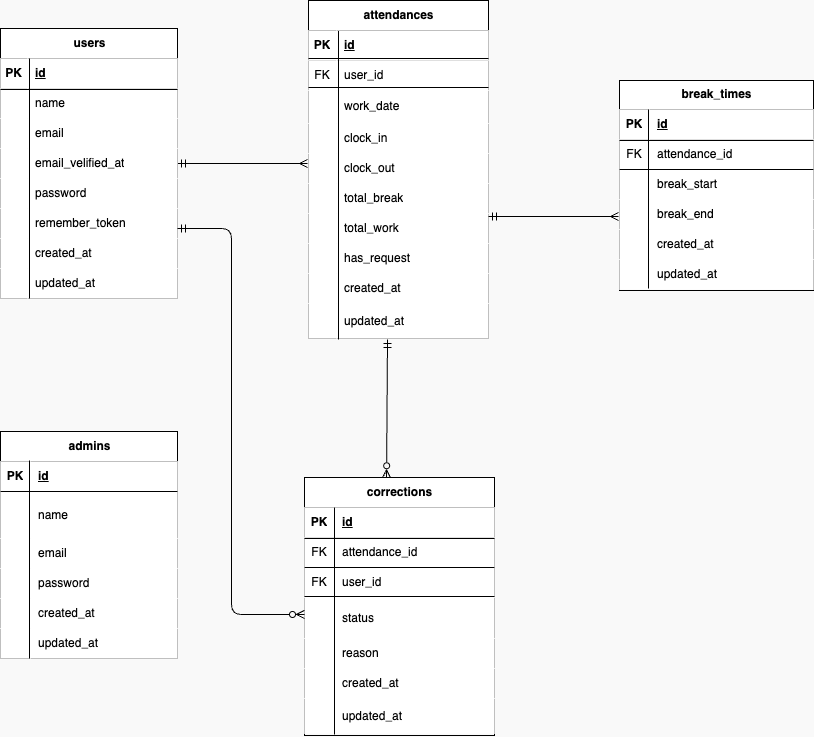
The draw.io diagram index.png in okumurachie/TimeTrack, before a commit. Source tidied: cells renumbered, new cells last; positions are measured from the earlier drawing's top-left corner, leaving out a move shared by most shapes.
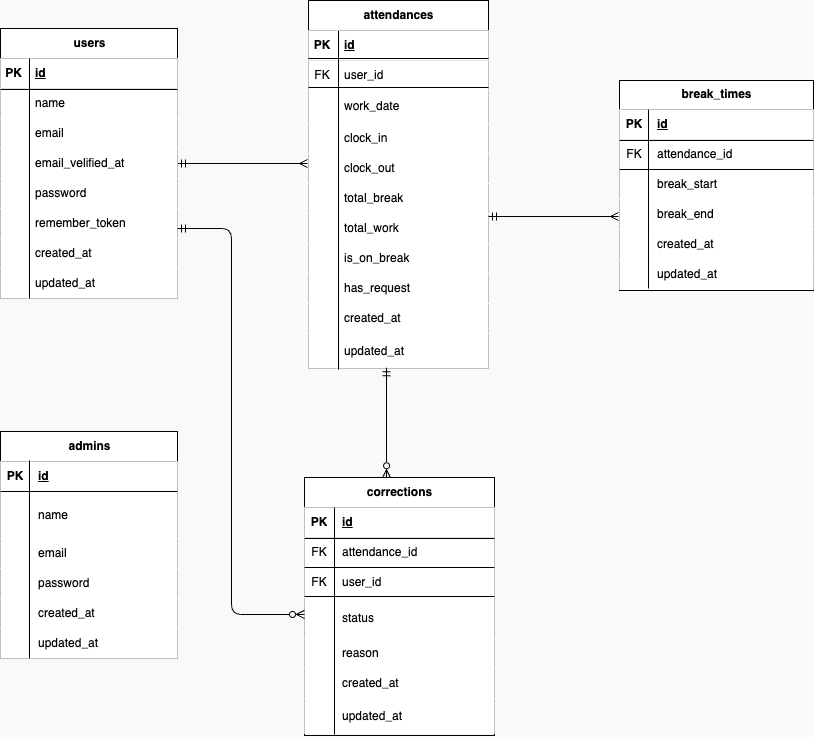
After the change.

What changed in the source:
```diff
@@ -83,7 +83,7 @@
       <mxGeometry x="27" width="150" height="30" as="geometry" />
     </mxCell>
     <mxCell id="28" value="attendances" style="shape=table;startSize=30;rowLines=0;fontStyle=1;align=center;html=1;fillColor=#FFFFFF;" parent="1" vertex="1">
-      <mxGeometry x="308" width="180" height="338" as="geometry" />
+      <mxGeometry x="308" width="180" height="368" as="geometry" />
     </mxCell>
     <mxCell id="29" style="shape=tableRow;horizontal=0;startSize=0;swimlaneHead=0;swimlaneBody=0;fillColor=#FFFFFF;top=0;left=0;right=0;bottom=1;" parent="28" vertex="1">
       <mxGeometry y="30" width="180" height="30" as="geometry" />
@@ -148,8 +148,17 @@
     <mxCell id="49" value="total_work" style="shape=partialRectangle;fillColor=#FFFFFF;top=0;left=0;bottom=0;right=0;align=left;spacingLeft=6;overflow=hidden;whiteSpace=wrap;html=1;" parent="47" vertex="1">
       <mxGeometry x="28" width="152" height="30" as="geometry" />
     </mxCell>
+    <mxCell id="136" style="shape=tableRow;horizontal=0;startSize=0;swimlaneHead=0;swimlaneBody=0;fillColor=#FFFFFF;top=0;left=0;right=0;bottom=0;" parent="28" vertex="1">
+      <mxGeometry y="243" width="180" height="30" as="geometry" />
+    </mxCell>
+    <mxCell id="137" style="shape=partialRectangle;fillColor=#FFFFFF;top=0;left=0;bottom=0;right=0;overflow=hidden;whiteSpace=wrap;html=1;" parent="136" vertex="1">
+      <mxGeometry width="28" height="30" as="geometry" />
+    </mxCell>
+    <mxCell id="138" value="is_on_break" style="shape=partialRectangle;fillColor=#FFFFFF;top=0;left=0;bottom=0;right=0;align=left;spacingLeft=6;overflow=hidden;whiteSpace=wrap;html=1;" parent="136" vertex="1">
+      <mxGeometry x="28" width="152" height="30" as="geometry" />
+    </mxCell>
     <mxCell id="50" style="shape=tableRow;horizontal=0;startSize=0;swimlaneHead=0;swimlaneBody=0;fillColor=#FFFFFF;top=0;left=0;right=0;bottom=0;" parent="28" vertex="1">
-      <mxGeometry y="243" width="180" height="30" as="geometry" />
+      <mxGeometry y="273" width="180" height="30" as="geometry" />
     </mxCell>
     <mxCell id="51" style="shape=partialRectangle;fillColor=#FFFFFF;top=0;left=0;bottom=0;right=0;overflow=hidden;whiteSpace=wrap;html=1;" parent="50" vertex="1">
       <mxGeometry width="28" height="30" as="geometry" />
@@ -158,7 +167,7 @@
       <mxGeometry x="28" width="152" height="30" as="geometry" />
     </mxCell>
     <mxCell id="53" style="shape=tableRow;horizontal=0;startSize=0;swimlaneHead=0;swimlaneBody=0;fillColor=#FFFFFF;top=0;left=0;right=0;bottom=0;" parent="28" vertex="1">
-      <mxGeometry y="273" width="180" height="30" as="geometry" />
+      <mxGeometry y="303" width="180" height="30" as="geometry" />
     </mxCell>
     <mxCell id="54" style="shape=partialRectangle;fillColor=#FFFFFF;top=0;left=0;bottom=0;right=0;overflow=hidden;whiteSpace=wrap;html=1;" parent="53" vertex="1">
       <mxGeometry width="28" height="30" as="geometry" />
@@ -167,7 +176,7 @@
       <mxGeometry x="28" width="152" height="30" as="geometry" />
     </mxCell>
     <mxCell id="56" style="shape=tableRow;horizontal=0;startSize=0;swimlaneHead=0;swimlaneBody=0;fillColor=#FFFFFF;points=[[0,0.5],[1,0.5]];portConstraint=eastwest;top=0;left=0;right=0;bottom=0;" parent="28" vertex="1">
-      <mxGeometry y="303" width="180" height="35" as="geometry" />
+      <mxGeometry y="333" width="180" height="35" as="geometry" />
     </mxCell>
     <mxCell id="57" style="shape=partialRectangle;fillColor=#FFFFFF;top=0;left=0;bottom=0;right=0;overflow=hidden;whiteSpace=wrap;html=1;" parent="56" vertex="1">
       <mxGeometry width="28" height="35" as="geometry" />
@@ -371,7 +380,7 @@
       <mxGeometry x="308" y="53" width="180" height="10" as="geometry" />
     </mxCell>
     <mxCell id="124" style="line;strokeWidth=1;direction=south;html=1;" parent="1" vertex="1">
-      <mxGeometry x="333" y="30.5" width="10" height="308.5" as="geometry" />
+      <mxGeometry x="333" y="30.5" width="10" height="338.5" as="geometry" />
     </mxCell>
     <mxCell id="125" style="line;strokeWidth=1;html=1;" parent="1" vertex="1">
       <mxGeometry x="304" y="533" width="190" height="10" as="geometry" />
@@ -403,10 +412,8 @@
         <mxPoint x="618" y="216" as="targetPoint" />
       </mxGeometry>
     </mxCell>
-    <mxCell id="134" style="edgeStyle=none;html=1;startArrow=ERmandOne;startFill=0;endArrow=ERzeroToMany;endFill=0;entryX=0.432;entryY=0.001;entryDx=0;entryDy=0;entryPerimeter=0;" parent="1" edge="1" target="78">
-      <mxGeometry relative="1" as="geometry">
-        <mxPoint x="387" y="339" as="sourcePoint" />
-      </mxGeometry>
+    <mxCell id="134" style="edgeStyle=none;html=1;startArrow=ERmandOne;startFill=0;endArrow=ERzeroToMany;endFill=0;entryX=0.432;entryY=0.001;entryDx=0;entryDy=0;entryPerimeter=0;exitX=0.434;exitY=0.977;exitDx=0;exitDy=0;exitPerimeter=0;" parent="1" edge="1" source="56" target="78">
+      <mxGeometry relative="1" as="geometry" />
     </mxCell>
     <mxCell id="135" style="edgeStyle=none;html=1;startArrow=ERmandOne;startFill=0;endArrow=ERzeroToMany;endFill=0;entryX=0;entryY=0.414;entryDx=0;entryDy=0;entryPerimeter=0;" parent="1" edge="1" target="88">
       <mxGeometry relative="1" as="geometry">
```
